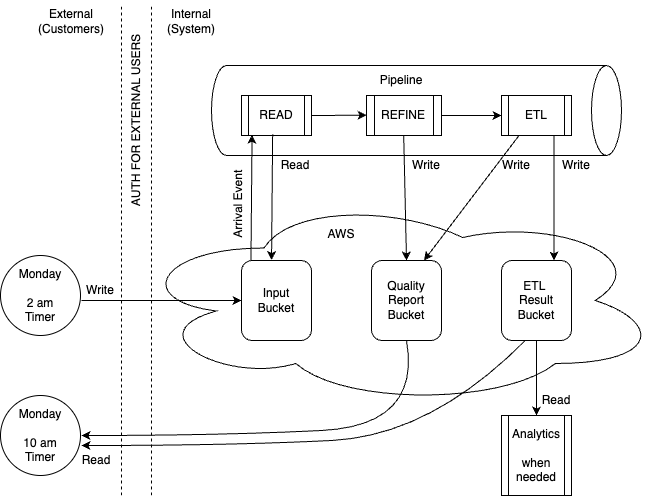
Above: doc/PipelineQualitySystemArch.png in susankorgen/de-practice (draw.io), before the change. Source tidied: cells renumbered, new cells last; positions are measured from the earlier drawing's top-left corner, leaving out a move shared by most shapes. Its diagram source:
```xml
<mxGraphModel>
  <root>
    <mxCell id="0" />
    <mxCell id="1" parent="0" />
    <mxCell id="2" style="ellipse;shape=cloud;whiteSpace=wrap;html=1;" parent="1" vertex="1">
      <mxGeometry x="131" y="290" width="530" height="210" as="geometry" />
    </mxCell>
    <mxCell id="3" style="shape=cylinder3;whiteSpace=wrap;html=1;boundedLbl=1;backgroundOutline=1;size=15;rotation=90;" parent="1" vertex="1">
      <mxGeometry x="371" width="90" height="410" as="geometry" />
    </mxCell>
    <mxCell id="4" value="READ" style="shape=process;whiteSpace=wrap;html=1;backgroundOutline=1;" parent="1" vertex="1">
      <mxGeometry x="241" y="190" width="70" height="40" as="geometry" />
    </mxCell>
    <mxCell id="5" value="REFINE" style="shape=process;whiteSpace=wrap;html=1;backgroundOutline=1;" parent="1" vertex="1">
      <mxGeometry x="366" y="190" width="75" height="40" as="geometry" />
    </mxCell>
    <mxCell id="6" value="ETL" style="shape=process;whiteSpace=wrap;html=1;backgroundOutline=1;" parent="1" vertex="1">
      <mxGeometry x="501" y="190" width="70" height="40" as="geometry" />
    </mxCell>
    <mxCell id="7" value="Input&lt;div&gt;Bucket&lt;/div&gt;" style="rounded=1;whiteSpace=wrap;html=1;" parent="1" vertex="1">
      <mxGeometry x="241" y="355" width="70" height="80" as="geometry" />
    </mxCell>
    <mxCell id="8" value="Quality Report Bucket" style="rounded=1;whiteSpace=wrap;html=1;" parent="1" vertex="1">
      <mxGeometry x="371" y="355" width="70" height="80" as="geometry" />
    </mxCell>
    <mxCell id="9" value="Analytics&lt;div&gt;&lt;br&gt;&lt;div&gt;when needed&lt;/div&gt;&lt;/div&gt;" style="shape=process;whiteSpace=wrap;html=1;backgroundOutline=1;" parent="1" vertex="1">
      <mxGeometry x="501" y="510" width="70" height="80" as="geometry" />
    </mxCell>
    <mxCell id="10" value="Pipeline" style="text;html=1;align=center;verticalAlign=middle;whiteSpace=wrap;rounded=0;" parent="1" vertex="1">
      <mxGeometry x="371" y="160" width="60" height="30" as="geometry" />
    </mxCell>
    <mxCell id="11" style="endArrow=none;dashed=1;html=1;rounded=0;" parent="1" edge="1">
      <mxGeometry relative="1" as="geometry">
        <mxPoint x="151" y="590" as="sourcePoint" />
        <mxPoint x="151" y="98" as="targetPoint" />
      </mxGeometry>
    </mxCell>
    <mxCell id="12" style="endArrow=none;dashed=1;html=1;rounded=0;" parent="1" edge="1">
      <mxGeometry relative="1" as="geometry">
        <mxPoint x="121" y="590" as="sourcePoint" />
        <mxPoint x="121" y="98" as="targetPoint" />
      </mxGeometry>
    </mxCell>
    <mxCell id="13" value="AUTH FOR EXTERNAL USERS" style="text;html=1;align=center;verticalAlign=middle;whiteSpace=wrap;rounded=0;rotation=-90;" parent="1" vertex="1">
      <mxGeometry x="16" y="200" width="240" height="30" as="geometry" />
    </mxCell>
    <mxCell id="14" value="Internal (System)" style="text;html=1;align=center;verticalAlign=middle;whiteSpace=wrap;rounded=0;" parent="1" vertex="1">
      <mxGeometry x="161" y="101" width="60" height="30" as="geometry" />
    </mxCell>
    <mxCell id="15" value="External (Customers)" style="text;html=1;align=center;verticalAlign=middle;whiteSpace=wrap;rounded=0;" parent="1" vertex="1">
      <mxGeometry x="41" y="101" width="60" height="30" as="geometry" />
    </mxCell>
    <mxCell id="16" value="Monday&lt;div&gt;&lt;br&gt;&lt;div&gt;2 am&lt;/div&gt;&lt;div&gt;Timer&lt;/div&gt;&lt;/div&gt;" style="ellipse;whiteSpace=wrap;html=1;" parent="1" vertex="1">
      <mxGeometry y="350" width="80" height="80" as="geometry" />
    </mxCell>
    <mxCell id="17" value="Monday&lt;div&gt;&lt;br&gt;&lt;div&gt;10 am&lt;/div&gt;&lt;div&gt;Timer&lt;/div&gt;&lt;/div&gt;" style="ellipse;whiteSpace=wrap;html=1;" parent="1" vertex="1">
      <mxGeometry y="490" width="80" height="80" as="geometry" />
    </mxCell>
    <mxCell id="18" style="endArrow=classic;html=1;rounded=0;entryX=0;entryY=0.5;entryDx=0;entryDy=0;" parent="1" edge="1" target="7">
      <mxGeometry relative="1" as="geometry">
        <mxPoint x="81" y="395" as="sourcePoint" />
      </mxGeometry>
    </mxCell>
    <mxCell id="19" value="Write" style="text;html=1;align=center;verticalAlign=middle;whiteSpace=wrap;rounded=0;" parent="1" vertex="1">
      <mxGeometry x="75" y="370" width="50" height="30" as="geometry" />
    </mxCell>
    <mxCell id="20" style="curved=1;endArrow=classic;html=1;rounded=0;exitX=0.5;exitY=1;exitDx=0;exitDy=0;" parent="1" edge="1" source="8">
      <mxGeometry relative="1" as="geometry">
        <mxPoint x="81" y="530" as="targetPoint" />
        <Array as="points">
          <mxPoint x="421" y="520" />
          <mxPoint x="221" y="530" />
        </Array>
      </mxGeometry>
    </mxCell>
    <mxCell id="21" style="curved=1;endArrow=classic;html=1;rounded=0;exitX=0.355;exitY=0.986;exitDx=0;exitDy=0;exitPerimeter=0;" parent="1" edge="1" source="37">
      <mxGeometry relative="1" as="geometry">
        <mxPoint x="81" y="540" as="targetPoint" />
        <Array as="points">
          <mxPoint x="431" y="530" />
          <mxPoint x="231" y="540" />
        </Array>
      </mxGeometry>
    </mxCell>
    <mxCell id="22" value="Read" style="text;html=1;align=center;verticalAlign=middle;whiteSpace=wrap;rounded=0;" parent="1" vertex="1">
      <mxGeometry x="71" y="540" width="50" height="30" as="geometry" />
    </mxCell>
    <mxCell id="23" style="endArrow=classic;html=1;rounded=0;entryX=0.5;entryY=0;entryDx=0;entryDy=0;exitX=0.5;exitY=1;exitDx=0;exitDy=0;" parent="1" edge="1" source="37" target="9">
      <mxGeometry relative="1" as="geometry" />
    </mxCell>
    <mxCell id="24" value="Read" style="text;html=1;align=center;verticalAlign=middle;whiteSpace=wrap;rounded=0;" parent="1" vertex="1">
      <mxGeometry x="531" y="480" width="50" height="30" as="geometry" />
    </mxCell>
    <mxCell id="25" style="endArrow=classic;html=1;rounded=0;entryX=0.151;entryY=0.98;entryDx=0;entryDy=0;exitX=0.135;exitY=0.007;exitDx=0;exitDy=0;exitPerimeter=0;entryPerimeter=0;" parent="1" edge="1" source="7" target="4">
      <mxGeometry relative="1" as="geometry" />
    </mxCell>
    <mxCell id="26" value="Arrival Event" style="text;html=1;align=center;verticalAlign=middle;whiteSpace=wrap;rounded=0;rotation=-90;" parent="1" vertex="1">
      <mxGeometry x="195" y="290" width="85" height="17.5" as="geometry" />
    </mxCell>
    <mxCell id="27" style="endArrow=classic;html=1;rounded=0;exitX=0.445;exitY=0.968;exitDx=0;exitDy=0;exitPerimeter=0;entryX=0.429;entryY=-0.007;entryDx=0;entryDy=0;entryPerimeter=0;" parent="1" edge="1" source="4" target="7">
      <mxGeometry relative="1" as="geometry" />
    </mxCell>
    <mxCell id="28" value="Read" style="text;html=1;align=center;verticalAlign=middle;whiteSpace=wrap;rounded=0;" parent="1" vertex="1">
      <mxGeometry x="270" y="245" width="50" height="30" as="geometry" />
    </mxCell>
    <mxCell id="29" style="endArrow=classic;html=1;rounded=0;entryX=0.5;entryY=0;entryDx=0;entryDy=0;exitX=0.5;exitY=1;exitDx=0;exitDy=0;" parent="1" edge="1" target="8">
      <mxGeometry relative="1" as="geometry">
        <mxPoint x="403.2" y="230" as="sourcePoint" />
      </mxGeometry>
    </mxCell>
    <mxCell id="30" value="Write" style="text;html=1;align=center;verticalAlign=middle;whiteSpace=wrap;rounded=0;" parent="1" vertex="1">
      <mxGeometry x="401" y="245" width="50" height="30" as="geometry" />
    </mxCell>
    <mxCell id="31" style="endArrow=classic;html=1;rounded=0;entryX=0.75;entryY=0;entryDx=0;entryDy=0;exitX=0.25;exitY=1;exitDx=0;exitDy=0;" parent="1" edge="1" source="6" target="8">
      <mxGeometry relative="1" as="geometry" />
    </mxCell>
    <mxCell id="32" value="Write" style="text;html=1;align=center;verticalAlign=middle;whiteSpace=wrap;rounded=0;" parent="1" vertex="1">
      <mxGeometry x="491" y="245" width="50" height="30" as="geometry" />
    </mxCell>
    <mxCell id="33" style="endArrow=classic;html=1;rounded=0;entryX=0.75;entryY=0;entryDx=0;entryDy=0;exitX=0.75;exitY=1;exitDx=0;exitDy=0;" parent="1" edge="1" source="6" target="37">
      <mxGeometry relative="1" as="geometry" />
    </mxCell>
    <mxCell id="34" value="Write" style="text;html=1;align=center;verticalAlign=middle;whiteSpace=wrap;rounded=0;" parent="1" vertex="1">
      <mxGeometry x="551" y="245" width="50" height="30" as="geometry" />
    </mxCell>
    <mxCell id="35" style="endArrow=classic;html=1;rounded=0;entryX=0;entryY=0.5;entryDx=0;entryDy=0;" parent="1" edge="1">
      <mxGeometry relative="1" as="geometry">
        <mxPoint x="311" y="210" as="sourcePoint" />
        <mxPoint x="366" y="209.7" as="targetPoint" />
      </mxGeometry>
    </mxCell>
    <mxCell id="36" style="endArrow=classic;html=1;rounded=0;entryX=0;entryY=0.5;entryDx=0;entryDy=0;" parent="1" edge="1" target="6">
      <mxGeometry relative="1" as="geometry">
        <mxPoint x="441" y="210" as="sourcePoint" />
      </mxGeometry>
    </mxCell>
    <mxCell id="37" value="ETL&amp;nbsp;&lt;div&gt;Result Bucket&lt;/div&gt;" style="rounded=1;whiteSpace=wrap;html=1;" parent="1" vertex="1">
      <mxGeometry x="501" y="355" width="70" height="80" as="geometry" />
    </mxCell>
    <mxCell id="38" value="AWS" style="text;html=1;align=center;verticalAlign=middle;whiteSpace=wrap;rounded=0;rotation=0;" parent="1" vertex="1">
      <mxGeometry x="311" y="320" width="60" height="17.5" as="geometry" />
    </mxCell>
  </root>
</mxGraphModel>
```
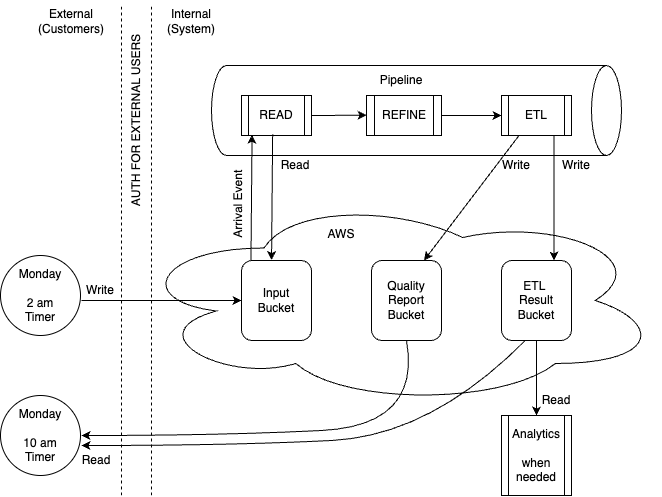
After the change.

Commit message:
fix diagram typo (#17)

* presentation slides

* Update SKorgenPresentation.pdf

* pycharm env

* fix diagram typo

Change to the diagram source:
```diff
@@ -103,14 +103,6 @@
     <mxCell id="28" value="Read" style="text;html=1;align=center;verticalAlign=middle;whiteSpace=wrap;rounded=0;" parent="1" vertex="1">
       <mxGeometry x="270" y="245" width="50" height="30" as="geometry" />
     </mxCell>
-    <mxCell id="29" style="endArrow=classic;html=1;rounded=0;entryX=0.5;entryY=0;entryDx=0;entryDy=0;exitX=0.5;exitY=1;exitDx=0;exitDy=0;" parent="1" edge="1" target="8">
-      <mxGeometry relative="1" as="geometry">
-        <mxPoint x="403.2" y="230" as="sourcePoint" />
-      </mxGeometry>
-    </mxCell>
-    <mxCell id="30" value="Write" style="text;html=1;align=center;verticalAlign=middle;whiteSpace=wrap;rounded=0;" parent="1" vertex="1">
-      <mxGeometry x="401" y="245" width="50" height="30" as="geometry" />
-    </mxCell>
     <mxCell id="31" style="endArrow=classic;html=1;rounded=0;entryX=0.75;entryY=0;entryDx=0;entryDy=0;exitX=0.25;exitY=1;exitDx=0;exitDy=0;" parent="1" edge="1" source="6" target="8">
       <mxGeometry relative="1" as="geometry" />
     </mxCell>
```
